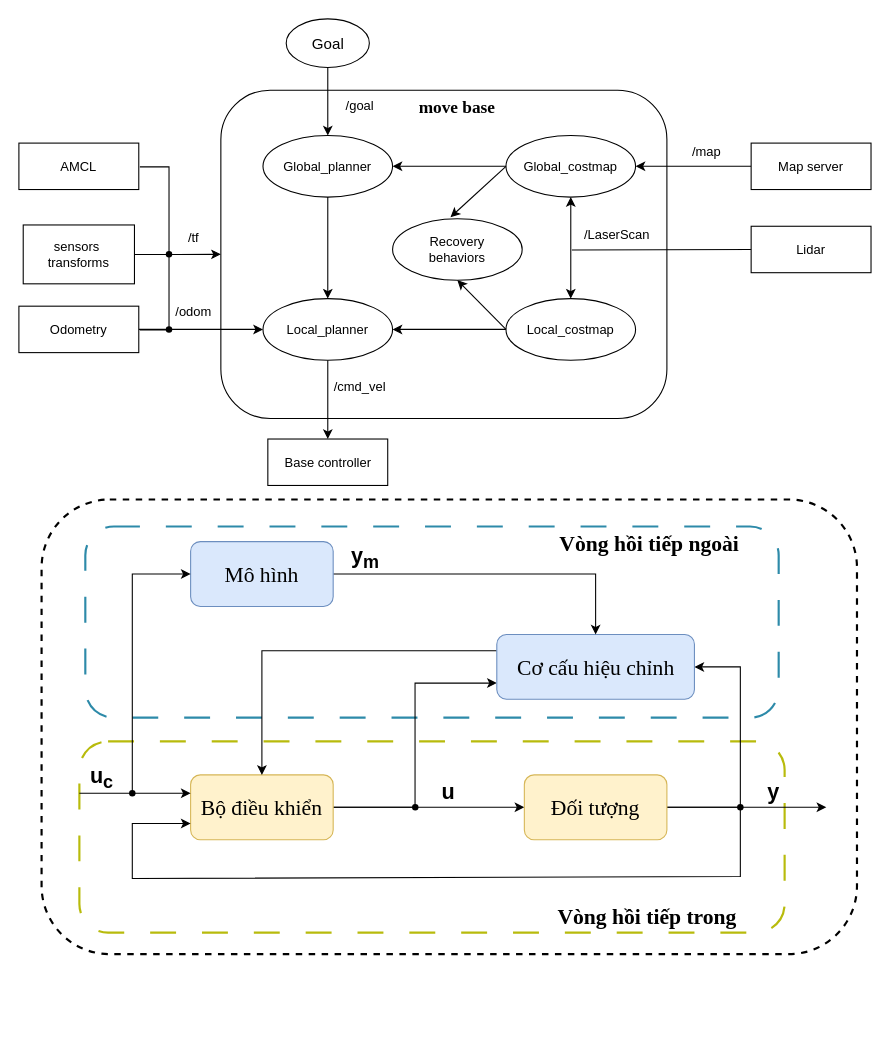
Above: Biểu đồ không có tiêu đề.drawio in hyZme/ForIMU (draw.io), before the change. Source tidied: cells renumbered, new cells numbered last; positions are measured from the earlier drawing's top-left corner, leaving out a move shared by most shapes. Both pictures are drawn from the tidied source at 108%, with x=0, y=0 at pixel (18, 18).
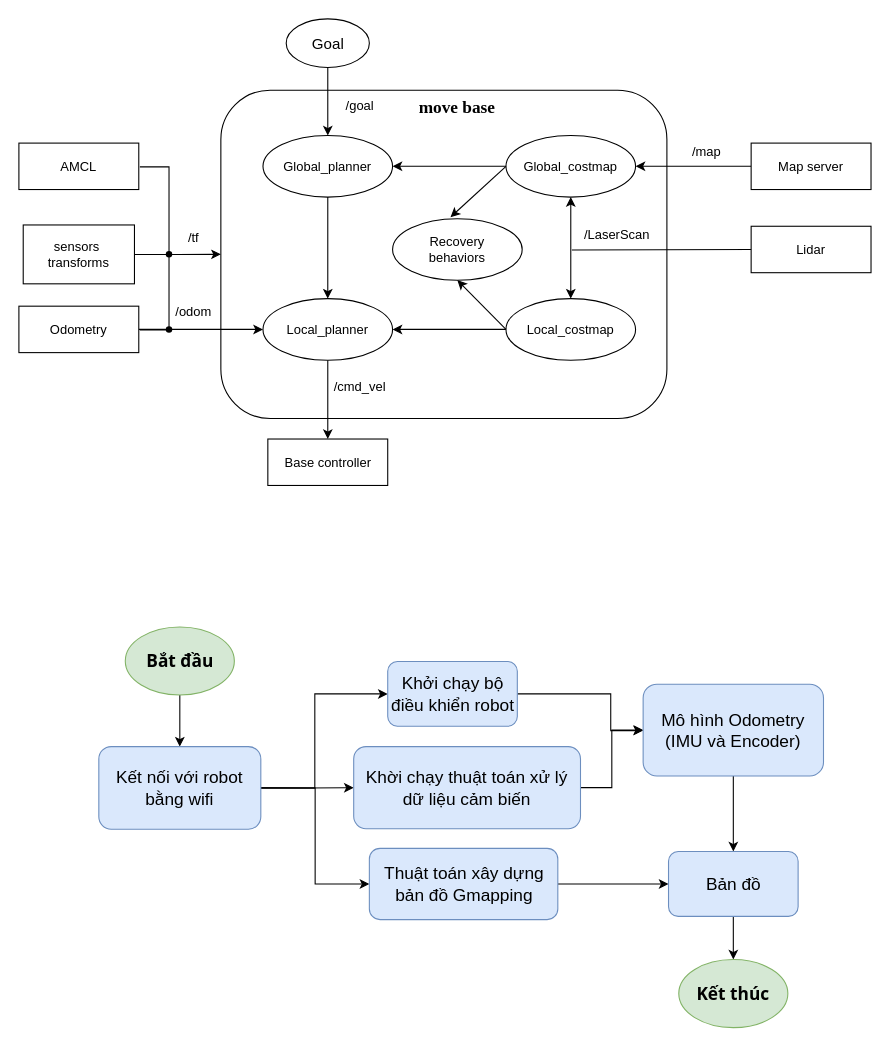
The same page after the edit.

Change to the diagram source:
```diff
@@
-    <mxCell id="2" style="rounded=1;whiteSpace=wrap;html=1;dashed=1;strokeWidth=2;" parent="1" vertex="1">
-      <mxGeometry x="21" y="445" width="755" height="421" as="geometry" />
-    </mxCell>
-    <mxCell id="3" style="rounded=1;whiteSpace=wrap;html=1;dashed=1;dashPattern=12 12;strokeColor=#2d8aa9;strokeWidth=2;" parent="1" vertex="1">
-      <mxGeometry x="61.5" y="470" width="642" height="177" as="geometry" />
-    </mxCell>
-    <mxCell id="4" style="rounded=1;whiteSpace=wrap;html=1;dashed=1;dashPattern=12 12;strokeColor=#b8bb0c;strokeWidth=2;" parent="1" vertex="1">
-      <mxGeometry x="56" y="669" width="653" height="177" as="geometry" />
-    </mxCell>
@@
-    <mxCell id="40" style="edgeStyle=orthogonalEdgeStyle;rounded=0;jettySize=auto;html=1;entryX=0;entryY=0.5;entryDx=0;entryDy=0;" parent="1" edge="1" source="42" target="45">
-      <mxGeometry relative="1" as="geometry" />
-    </mxCell>
-    <mxCell id="41" style="edgeStyle=orthogonalEdgeStyle;rounded=0;jettySize=auto;html=1;entryX=0;entryY=0.75;entryDx=0;entryDy=0;" parent="1" edge="1" source="42" target="47">
-      <mxGeometry relative="1" as="geometry" />
-    </mxCell>
-    <mxCell id="42" value="&lt;font style=&quot;font-size: 20px;&quot; face=&quot;Times New Roman&quot;&gt;Bộ điều khiển&lt;/font&gt;" style="rounded=1;whiteSpace=wrap;html=1;fillColor=#fff2cc;strokeColor=#d6b656;" parent="1" vertex="1">
-      <mxGeometry x="159" y="700" width="132" height="60" as="geometry" />
-    </mxCell>
-    <mxCell id="43" style="edgeStyle=orthogonalEdgeStyle;rounded=0;jettySize=auto;html=1;" parent="1" edge="1" source="45">
-      <mxGeometry relative="1" as="geometry">
-        <mxPoint x="747.6" y="730" as="targetPoint" />
-      </mxGeometry>
-    </mxCell>
-    <mxCell id="44" style="edgeStyle=orthogonalEdgeStyle;rounded=0;jettySize=auto;html=1;exitX=1;exitY=0.5;exitDx=0;exitDy=0;entryX=1;entryY=0.5;entryDx=0;entryDy=0;" parent="1" edge="1" source="45" target="47">
-      <mxGeometry relative="1" as="geometry">
-        <Array as="points">
-          <mxPoint x="668" y="730" />
-          <mxPoint x="668" y="600" />
-        </Array>
-      </mxGeometry>
-    </mxCell>
-    <mxCell id="45" value="&lt;font face=&quot;Times New Roman&quot;&gt;&lt;span style=&quot;font-size: 20px;&quot;&gt;Đối tượng&lt;/span&gt;&lt;/font&gt;" style="rounded=1;whiteSpace=wrap;html=1;fillColor=#fff2cc;strokeColor=#d6b656;" parent="1" vertex="1">
-      <mxGeometry x="468" y="700" width="132" height="60" as="geometry" />
-    </mxCell>
-    <mxCell id="46" style="edgeStyle=orthogonalEdgeStyle;rounded=0;jettySize=auto;html=1;exitX=0;exitY=0.25;exitDx=0;exitDy=0;entryX=0.5;entryY=0;entryDx=0;entryDy=0;" parent="1" edge="1" source="47" target="42">
-      <mxGeometry relative="1" as="geometry" />
-    </mxCell>
-    <mxCell id="47" value="&lt;font face=&quot;Times New Roman&quot;&gt;&lt;span style=&quot;font-size: 20px;&quot;&gt;Cơ cấu hiệu chỉnh&lt;/span&gt;&lt;/font&gt;" style="rounded=1;whiteSpace=wrap;html=1;fillColor=#dae8fc;strokeColor=#6c8ebf;" parent="1" vertex="1">
-      <mxGeometry x="442.5" y="570" width="183" height="60" as="geometry" />
-    </mxCell>
-    <mxCell id="48" style="edgeStyle=orthogonalEdgeStyle;rounded=0;jettySize=auto;html=1;entryX=0.5;entryY=0;entryDx=0;entryDy=0;" parent="1" edge="1" source="49" target="47">
-      <mxGeometry relative="1" as="geometry" />
-    </mxCell>
-    <mxCell id="49" value="&lt;font face=&quot;Times New Roman&quot;&gt;&lt;span style=&quot;font-size: 20px;&quot;&gt;Mô hình&lt;/span&gt;&lt;/font&gt;" style="rounded=1;whiteSpace=wrap;html=1;fillColor=#dae8fc;strokeColor=#6c8ebf;" parent="1" vertex="1">
-      <mxGeometry x="159" y="484" width="132" height="60" as="geometry" />
-    </mxCell>
-    <mxCell id="50" style="endArrow=classic;html=1;rounded=0;entryX=0;entryY=0.5;entryDx=0;entryDy=0;" parent="1" edge="1">
-      <mxGeometry relative="1" as="geometry">
-        <mxPoint x="56" y="717" as="sourcePoint" />
-        <mxPoint x="159" y="717" as="targetPoint" />
-      </mxGeometry>
-    </mxCell>
-    <mxCell id="51" style="endArrow=classic;html=1;rounded=0;entryX=0;entryY=0.5;entryDx=0;entryDy=0;" parent="1" edge="1" target="49">
-      <mxGeometry relative="1" as="geometry">
-        <mxPoint x="105" y="717" as="sourcePoint" />
-        <Array as="points">
-          <mxPoint x="105" y="514" />
-        </Array>
-      </mxGeometry>
-    </mxCell>
-    <mxCell id="52" style="shape=waypoint;sketch=0;fillStyle=solid;size=6;fillColor=none;perimeter=centerPerimeter;" parent="1" vertex="1">
-      <mxGeometry x="357" y="720" width="20" height="20" as="geometry" />
-    </mxCell>
-    <mxCell id="53" style="shape=waypoint;sketch=0;fillStyle=solid;size=6;fillColor=none;perimeter=centerPerimeter;" parent="1" vertex="1">
-      <mxGeometry x="95" y="707" width="20" height="20" as="geometry" />
-    </mxCell>
-    <mxCell id="54" style="endArrow=classic;html=1;rounded=0;entryX=0;entryY=0.75;entryDx=0;entryDy=0;" parent="1" edge="1" target="42">
-      <mxGeometry relative="1" as="geometry">
-        <mxPoint x="668" y="729" as="sourcePoint" />
-        <Array as="points">
-          <mxPoint x="668" y="794" />
-          <mxPoint x="105" y="796" />
-          <mxPoint x="105" y="745" />
-        </Array>
-      </mxGeometry>
-    </mxCell>
-    <mxCell id="55" style="shape=waypoint;sketch=0;fillStyle=solid;size=6;fillColor=none;perimeter=centerPerimeter;" parent="1" vertex="1">
-      <mxGeometry x="658" y="720" width="20" height="20" as="geometry" />
-    </mxCell>
-    <mxCell id="56" value="&lt;font style=&quot;font-size: 20px;&quot;&gt;&lt;b&gt;u&lt;/b&gt;&lt;/font&gt;" style="text;html=1;align=center;verticalAlign=middle;whiteSpace=wrap;rounded=0;" parent="1" vertex="1">
-      <mxGeometry x="368" y="700" width="60" height="30" as="geometry" />
-    </mxCell>
-    <mxCell id="57" value="&lt;b style=&quot;font-size: 20px;&quot;&gt;u&lt;sub&gt;c&lt;/sub&gt;&lt;/b&gt;" style="text;html=1;align=center;verticalAlign=middle;whiteSpace=wrap;rounded=0;" parent="1" vertex="1">
-      <mxGeometry x="47" y="688" width="60" height="30" as="geometry" />
-    </mxCell>
-    <mxCell id="58" value="&lt;b style=&quot;font-size: 20px;&quot;&gt;y&lt;sub&gt;m&lt;/sub&gt;&lt;/b&gt;" style="text;html=1;align=center;verticalAlign=middle;whiteSpace=wrap;rounded=0;" parent="1" vertex="1">
-      <mxGeometry x="291" y="484" width="60" height="30" as="geometry" />
-    </mxCell>
-    <mxCell id="59" value="&lt;b&gt;&lt;font style=&quot;font-size: 20px;&quot;&gt;y&lt;/font&gt;&lt;/b&gt;" style="text;html=1;align=center;verticalAlign=middle;whiteSpace=wrap;rounded=0;" parent="1" vertex="1">
-      <mxGeometry x="669" y="700" width="60" height="30" as="geometry" />
-    </mxCell>
-    <mxCell id="60" value="&lt;font style=&quot;font-size: 20px;&quot; face=&quot;Times New Roman&quot;&gt;&lt;b&gt;Vòng hồi tiếp trong&lt;/b&gt;&lt;/font&gt;" style="text;html=1;align=center;verticalAlign=middle;whiteSpace=wrap;rounded=0;" parent="1" vertex="1">
-      <mxGeometry x="497" y="816" width="170" height="30" as="geometry" />
-    </mxCell>
-    <mxCell id="61" value="&lt;font style=&quot;font-size: 20px;&quot; face=&quot;Times New Roman&quot;&gt;&lt;b&gt;Vòng hồi tiếp ngoài&lt;/b&gt;&lt;/font&gt;" style="text;html=1;align=center;verticalAlign=middle;whiteSpace=wrap;rounded=0;" parent="1" vertex="1">
-      <mxGeometry x="499" y="470" width="170" height="30" as="geometry" />
-    </mxCell>
+    <mxCell id="62" style="edgeStyle=orthogonalEdgeStyle;rounded=0;jettySize=auto;html=1;" parent="1" edge="1" source="63" target="67">
+      <mxGeometry relative="1" as="geometry" />
+    </mxCell>
+    <mxCell id="63" value="&lt;font size=&quot;1&quot; face=&quot;Tahoma&quot;&gt;&lt;b style=&quot;font-size: 16px;&quot;&gt;Bắt đầu&lt;/b&gt;&lt;/font&gt;" style="ellipse;whiteSpace=wrap;html=1;fillColor=#d5e8d4;strokeColor=#82b366;" parent="1" vertex="1">
+      <mxGeometry x="98.5" y="563" width="101" height="63" as="geometry" />
+    </mxCell>
+    <mxCell id="64" style="edgeStyle=orthogonalEdgeStyle;rounded=0;jettySize=auto;html=1;" parent="1" edge="1" source="67" target="71">
+      <mxGeometry relative="1" as="geometry" />
+    </mxCell>
+    <mxCell id="65" style="edgeStyle=orthogonalEdgeStyle;rounded=0;jettySize=auto;html=1;exitX=1;exitY=0.5;exitDx=0;exitDy=0;entryX=0;entryY=0.5;entryDx=0;entryDy=0;" parent="1" edge="1" source="67" target="69">
+      <mxGeometry relative="1" as="geometry">
+        <Array as="points">
+          <mxPoint x="274" y="712" />
+          <mxPoint x="274" y="625" />
+        </Array>
+      </mxGeometry>
+    </mxCell>
+    <mxCell id="66" style="edgeStyle=orthogonalEdgeStyle;rounded=0;jettySize=auto;html=1;exitX=1;exitY=0.5;exitDx=0;exitDy=0;entryX=0;entryY=0.5;entryDx=0;entryDy=0;" parent="1" edge="1" source="67" target="75">
+      <mxGeometry relative="1" as="geometry" />
+    </mxCell>
+    <mxCell id="67" value="&lt;font style=&quot;font-size: 16px;&quot;&gt;Kết nối với robot bằng wifi&lt;/font&gt;" style="rounded=1;whiteSpace=wrap;html=1;fillColor=#dae8fc;strokeColor=#6c8ebf;" parent="1" vertex="1">
+      <mxGeometry x="74" y="673.8" width="150" height="76.5" as="geometry" />
+    </mxCell>
+    <mxCell id="68" style="edgeStyle=orthogonalEdgeStyle;rounded=0;jettySize=auto;html=1;exitX=1;exitY=0.5;exitDx=0;exitDy=0;" parent="1" edge="1" source="69" target="73">
+      <mxGeometry relative="1" as="geometry">
+        <Array as="points">
+          <mxPoint x="548" y="625" />
+          <mxPoint x="548" y="659" />
+        </Array>
+      </mxGeometry>
+    </mxCell>
+    <mxCell id="69" value="&lt;font style=&quot;font-size: 16px;&quot;&gt;Khởi chạy bộ điều khiển robot&lt;/font&gt;" style="rounded=1;whiteSpace=wrap;html=1;fillColor=#dae8fc;strokeColor=#6c8ebf;" parent="1" vertex="1">
+      <mxGeometry x="341.5" y="595" width="120" height="60" as="geometry" />
+    </mxCell>
+    <mxCell id="70" style="edgeStyle=orthogonalEdgeStyle;rounded=0;jettySize=auto;html=1;exitX=1;exitY=0.5;exitDx=0;exitDy=0;entryX=0;entryY=0.5;entryDx=0;entryDy=0;" parent="1" edge="1" source="71" target="73">
+      <mxGeometry relative="1" as="geometry" />
+    </mxCell>
+    <mxCell id="71" value="&lt;font style=&quot;font-size: 16px;&quot;&gt;Khời chạy thuật toán xử lý dữ liệu cảm biến&lt;/font&gt;" style="rounded=1;whiteSpace=wrap;html=1;fillColor=#dae8fc;strokeColor=#6c8ebf;" parent="1" vertex="1">
+      <mxGeometry x="310" y="673.8" width="210" height="76" as="geometry" />
+    </mxCell>
+    <mxCell id="72" style="edgeStyle=orthogonalEdgeStyle;rounded=0;jettySize=auto;html=1;" parent="1" edge="1" source="73" target="77">
+      <mxGeometry relative="1" as="geometry" />
+    </mxCell>
+    <mxCell id="73" value="&lt;font style=&quot;font-size: 16px;&quot;&gt;Mô hình Odometry&lt;/font&gt;&lt;div style=&quot;font-size: 16px;&quot;&gt;&lt;font style=&quot;font-size: 16px;&quot;&gt;(IMU và Encoder)&lt;/font&gt;&lt;/div&gt;" style="rounded=1;whiteSpace=wrap;html=1;fillColor=#dae8fc;strokeColor=#6c8ebf;" parent="1" vertex="1">
+      <mxGeometry x="578" y="616" width="167" height="85" as="geometry" />
+    </mxCell>
+    <mxCell id="74" style="edgeStyle=orthogonalEdgeStyle;rounded=0;jettySize=auto;html=1;" parent="1" edge="1" source="75" target="77">
+      <mxGeometry relative="1" as="geometry" />
+    </mxCell>
+    <mxCell id="75" value="&lt;font style=&quot;font-size: 16px;&quot;&gt;Thuật toán xây dựng bản đồ Gmapping&lt;/font&gt;" style="rounded=1;whiteSpace=wrap;html=1;fillColor=#dae8fc;strokeColor=#6c8ebf;" parent="1" vertex="1">
+      <mxGeometry x="324.5" y="768" width="174.5" height="66" as="geometry" />
+    </mxCell>
+    <mxCell id="76" style="edgeStyle=orthogonalEdgeStyle;rounded=0;jettySize=auto;html=1;" parent="1" edge="1" source="77" target="78">
+      <mxGeometry relative="1" as="geometry" />
+    </mxCell>
+    <mxCell id="77" value="&lt;font style=&quot;font-size: 16px;&quot;&gt;Bản đồ&lt;/font&gt;" style="rounded=1;whiteSpace=wrap;html=1;fillColor=#dae8fc;strokeColor=#6c8ebf;" parent="1" vertex="1">
+      <mxGeometry x="601.5" y="771" width="120" height="60" as="geometry" />
+    </mxCell>
+    <mxCell id="78" value="&lt;font size=&quot;1&quot; face=&quot;Tahoma&quot;&gt;&lt;b style=&quot;font-size: 16px;&quot;&gt;Kết thúc&lt;/b&gt;&lt;/font&gt;" style="ellipse;whiteSpace=wrap;html=1;fillColor=#d5e8d4;strokeColor=#82b366;" parent="1" vertex="1">
+      <mxGeometry x="611" y="871" width="101" height="63" as="geometry" />
+    </mxCell>
```
